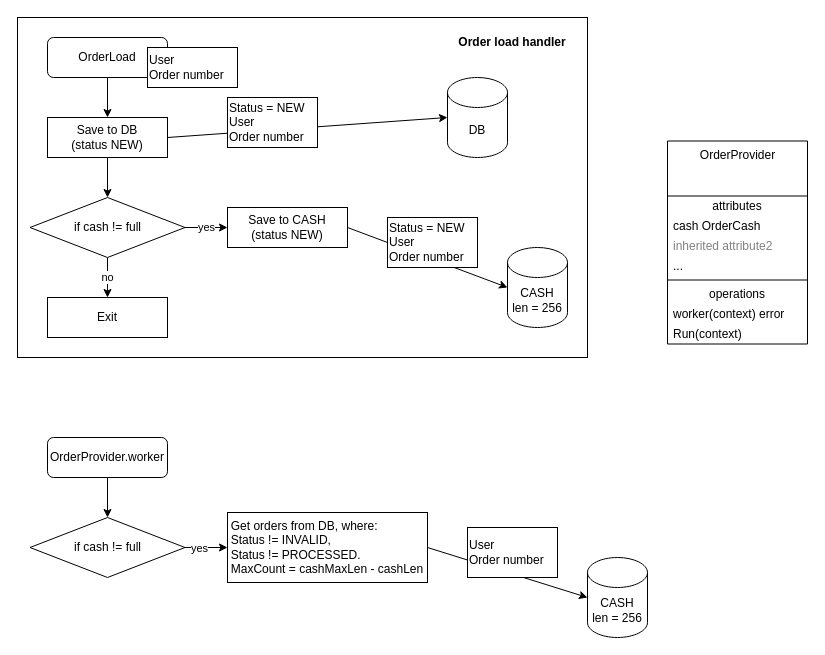
Before: page "OrderLoad handler" (1 of 2) of docs/gofermart.drawio in Schalure/gofermart, a draw.io diagram. Source tidied: cells renumbered, new cells numbered last; positions are measured from the earlier drawing's top-left corner, leaving out a move shared by most shapes. Both pictures are drawn from the tidied source at 100%, with x=0, y=0 at pixel (17, 17).
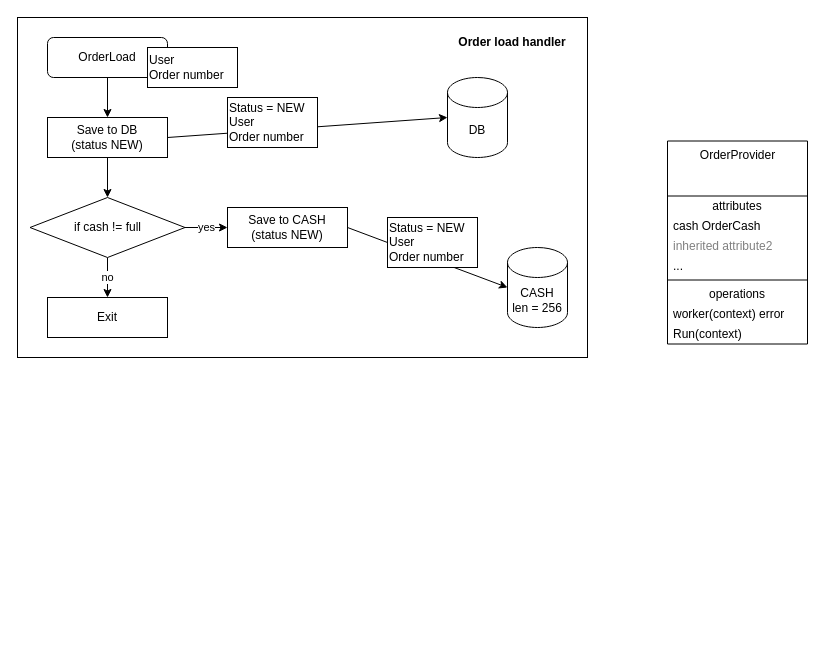
After the change.

Commit message (it also covers changes not shown here):
start implement order checker

Diff of the diagram source:
```diff
@@
-    <mxCell id="29" style="edgeStyle=none;html=1;" parent="1" edge="1" source="30" target="33">
-      <mxGeometry relative="1" as="geometry" />
-    </mxCell>
-    <mxCell id="30" value="OrderProvider.worker" style="rounded=1;whiteSpace=wrap;html=1;" parent="1" vertex="1">
-      <mxGeometry x="30" y="420" width="120" height="40" as="geometry" />
-    </mxCell>
-    <mxCell id="31" style="edgeStyle=none;html=1;" parent="1" edge="1" source="33" target="35">
-      <mxGeometry relative="1" as="geometry" />
-    </mxCell>
-    <mxCell id="32" value="yes" style="edgeLabel;html=1;align=center;verticalAlign=middle;" parent="31" vertex="1">
-      <mxGeometry x="-0.35" y="1" relative="1" as="geometry">
-        <mxPoint y="1" as="offset" />
-      </mxGeometry>
-    </mxCell>
-    <mxCell id="33" value="if cash != full" style="rhombus;whiteSpace=wrap;html=1;" parent="1" vertex="1">
-      <mxGeometry x="12.5" y="500" width="155" height="60" as="geometry" />
-    </mxCell>
-    <mxCell id="34" style="edgeStyle=none;html=1;exitX=1;exitY=0.5;exitDx=0;exitDy=0;entryX=0;entryY=0.5;entryDx=0;entryDy=0;entryPerimeter=0;" parent="1" edge="1" source="35" target="36">
-      <mxGeometry relative="1" as="geometry" />
-    </mxCell>
-    <mxCell id="35" value="&lt;div style=&quot;text-align: left;&quot;&gt;&lt;span style=&quot;background-color: initial;&quot;&gt;Get orders from DB, where:&lt;/span&gt;&lt;/div&gt;&lt;div style=&quot;text-align: left;&quot;&gt;&lt;span style=&quot;background-color: initial;&quot;&gt;Status != INVALID,&lt;/span&gt;&lt;/div&gt;&lt;div style=&quot;text-align: left;&quot;&gt;&lt;span style=&quot;background-color: initial;&quot;&gt;Status != PROCESSED.&lt;/span&gt;&lt;/div&gt;&lt;div style=&quot;text-align: left;&quot;&gt;&lt;span style=&quot;background-color: initial;&quot;&gt;MaxCount = cashMaxLen - cashLen&lt;/span&gt;&lt;/div&gt;" style="rounded=0;whiteSpace=wrap;html=1;" parent="1" vertex="1">
-      <mxGeometry x="210" y="495" width="200" height="70" as="geometry" />
-    </mxCell>
-    <mxCell id="36" value="CASH&lt;br&gt;len = 256" style="shape=cylinder3;whiteSpace=wrap;html=1;boundedLbl=1;backgroundOutline=1;size=15;" parent="1" vertex="1">
-      <mxGeometry x="570" y="540" width="60" height="80" as="geometry" />
-    </mxCell>
-    <mxCell id="37" value="User&lt;br&gt;Order number" style="rounded=0;whiteSpace=wrap;html=1;align=left;" parent="1" vertex="1">
-      <mxGeometry x="450" y="510" width="90" height="50" as="geometry" />
-    </mxCell>
```
